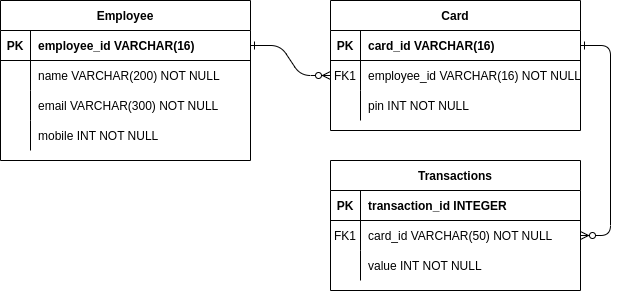
Earlier version of the draw.io export ERD.png (Amran-Lab/Ada-Membership-Api). Source tidied: cells renumbered, new cells last; positions are measured from the earlier drawing's top-left corner, leaving out a move shared by most shapes.
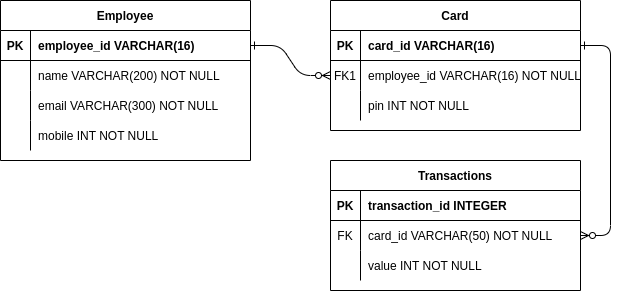
The same diagram one commit later.

Change to the diagram source:
```diff
@@ -53,7 +53,7 @@
     <mxCell id="18" style="shape=partialRectangle;fillColor=none;points=[[0,0.5],[1,0.5]];portConstraint=eastwest;top=0;left=0;right=0;bottom=0;" parent="14" vertex="1">
       <mxGeometry y="60" width="250" height="30" as="geometry" />
     </mxCell>
-    <mxCell id="19" value="FK1" style="shape=partialRectangle;overflow=hidden;fillColor=none;top=0;left=0;bottom=0;right=0;" parent="18" vertex="1">
+    <mxCell id="19" value="FK" style="shape=partialRectangle;overflow=hidden;fillColor=none;top=0;left=0;bottom=0;right=0;" parent="18" vertex="1">
       <mxGeometry width="30" height="30" as="geometry" />
     </mxCell>
     <mxCell id="20" value="card_id VARCHAR(50) NOT NULL" style="shape=partialRectangle;overflow=hidden;fillColor=none;top=0;left=0;bottom=0;right=0;align=left;spacingLeft=6;" parent="18" vertex="1">
```
